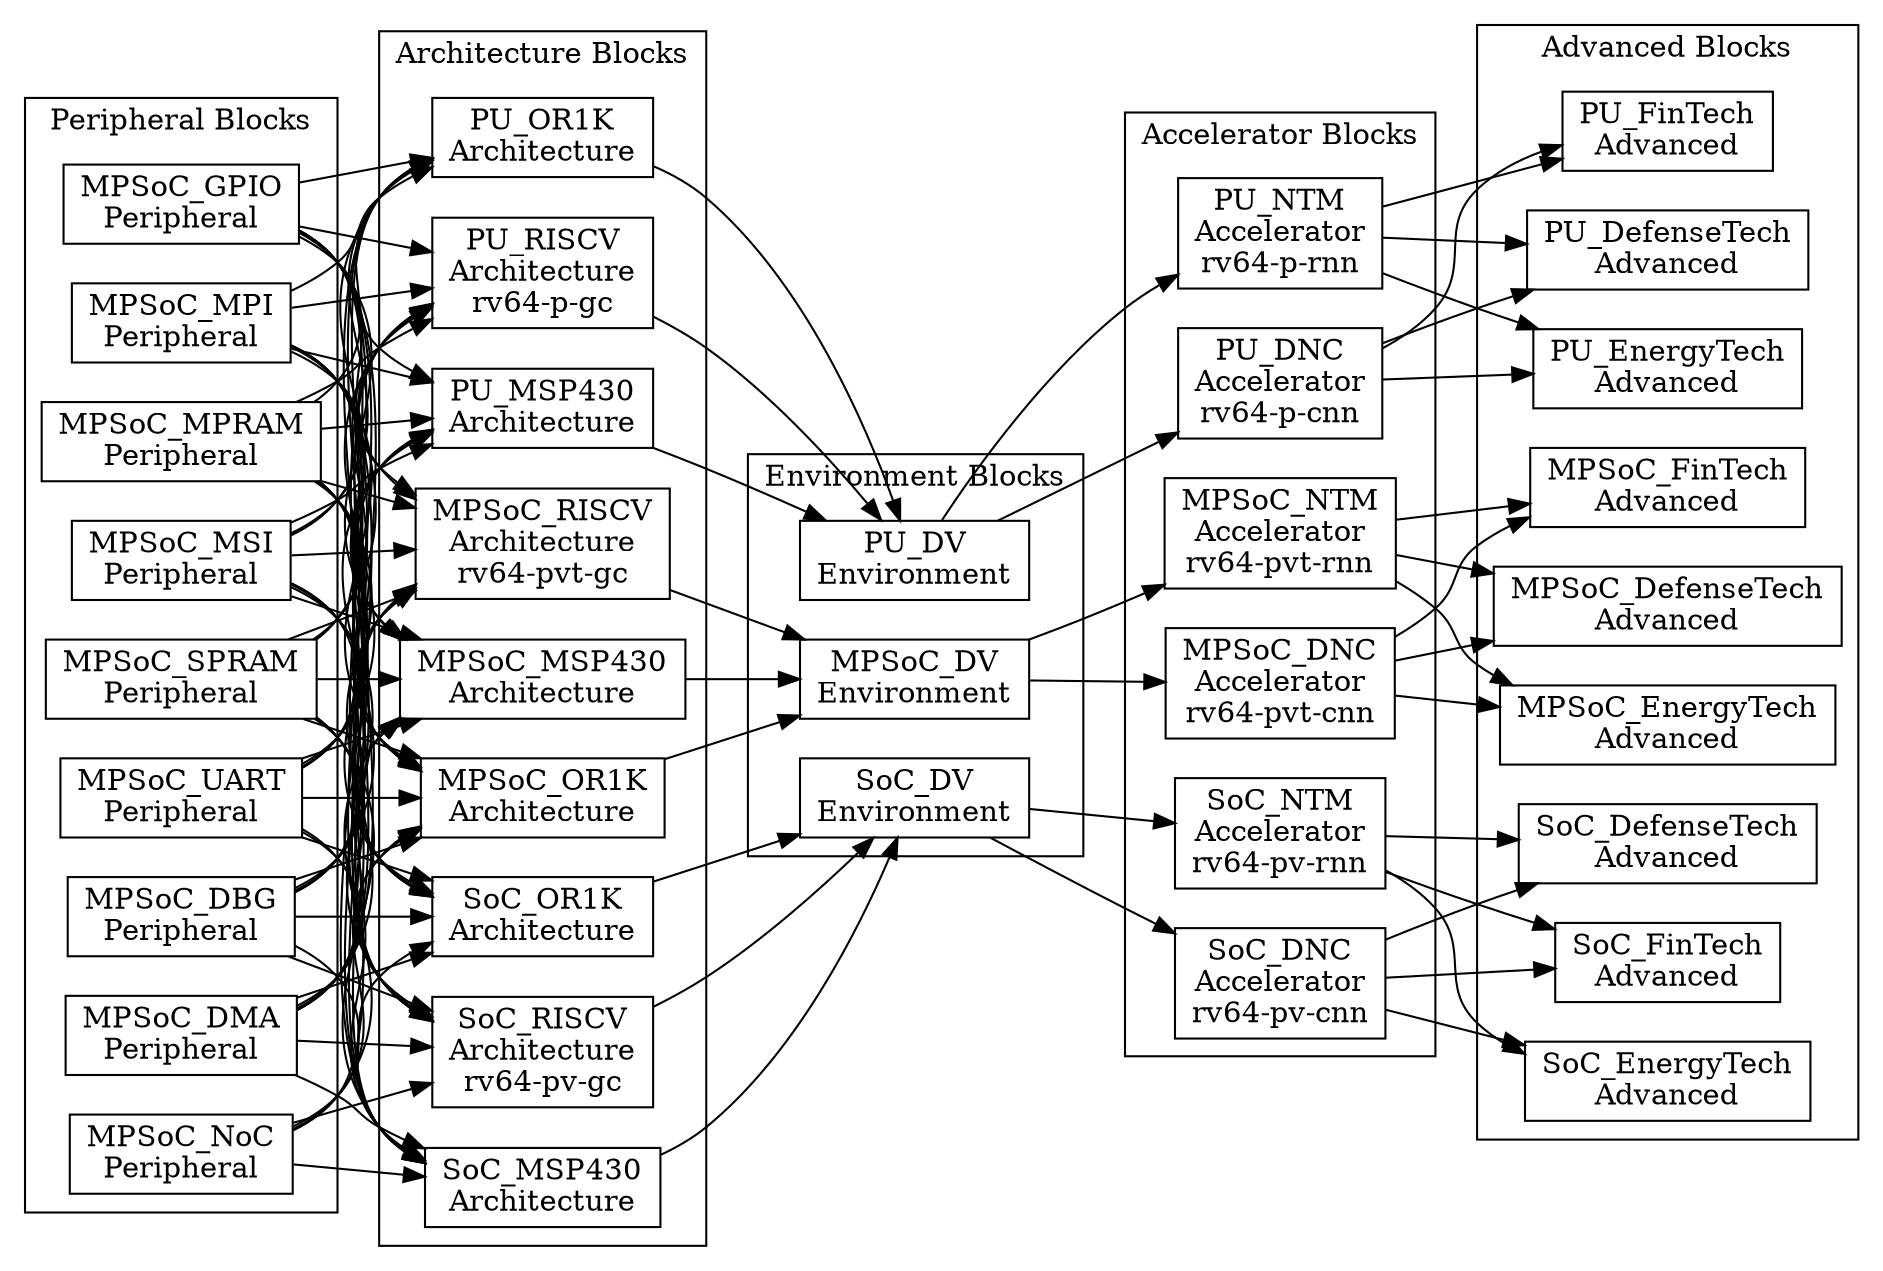
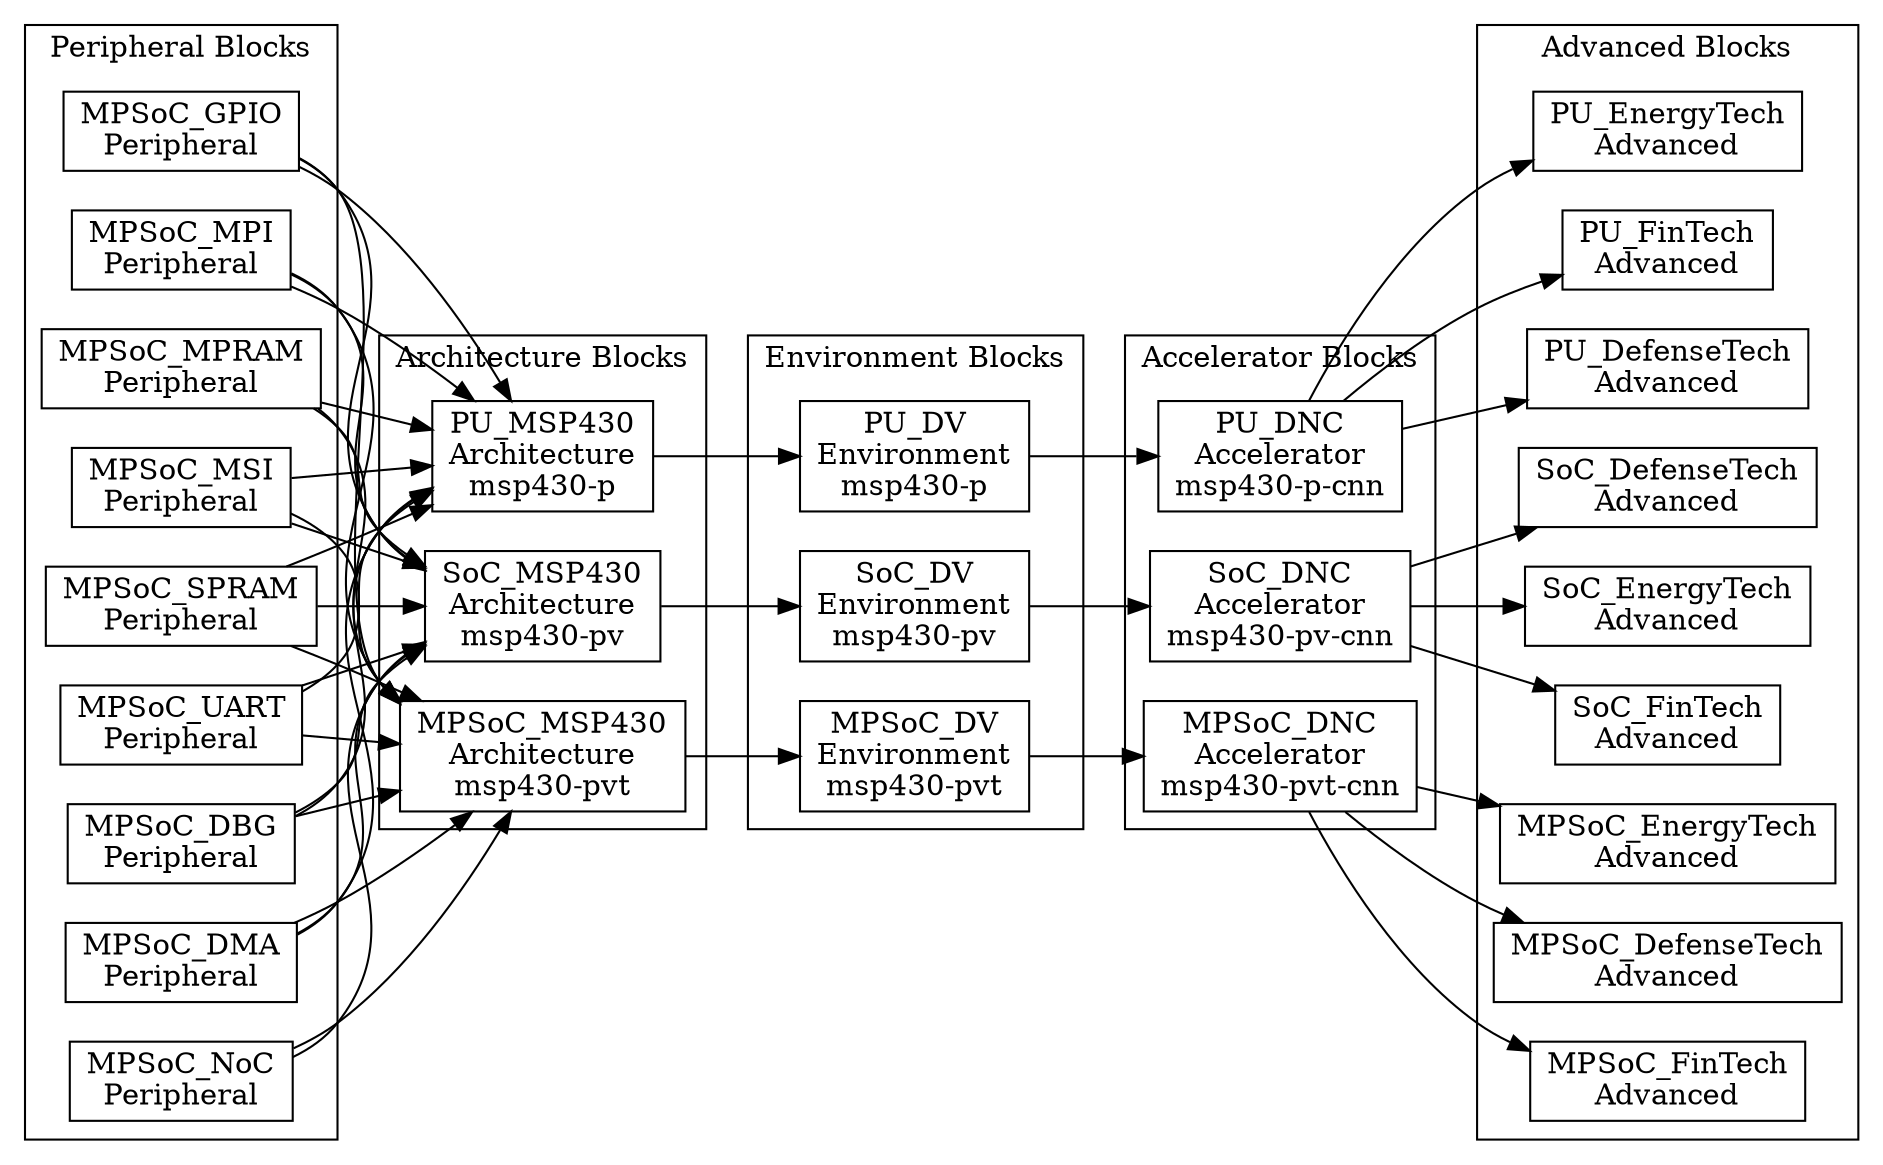
digraph Project {
  // Introduction
  graph [rankdir = LR];
  node[shape=record];

  // Peripheral Blocks
  subgraph "cluster PeripheralBlocks" { label = "Peripheral Blocks";
    MPSoC_DBG[label="MPSoC_DBG\nPeripheral"];
    MPSoC_DMA[label="MPSoC_DMA\nPeripheral"];
    MPSoC_GPIO[label="MPSoC_GPIO\nPeripheral"];
    MPSoC_MPI[label="MPSoC_MPI\nPeripheral"];
    MPSoC_MPRAM[label="MPSoC_MPRAM\nPeripheral"];
    MPSoC_MSI[label="MPSoC_MSI\nPeripheral"];
    MPSoC_NoC[label="MPSoC_NoC\nPeripheral"];
    MPSoC_SPRAM[label="MPSoC_SPRAM\nPeripheral"];
    MPSoC_UART[label="MPSoC_UART\nPeripheral"];
  }

  // Architecture Blocks
  subgraph "cluster ArchitectureBlocks" { label = "Architecture Blocks";
-     MPSoC_MSP430[label="MPSoC_MSP430\nArchitecture"];
-     MPSoC_OR1K[label="MPSoC_OR1K\nArchitecture"];
-     MPSoC_RISCV[label="MPSoC_RISCV\nArchitecture\nrv64-pvt-gc"];
-     SoC_MSP430[label="SoC_MSP430\nArchitecture"];
-     SoC_OR1K[label="SoC_OR1K\nArchitecture"];
-     SoC_RISCV[label="SoC_RISCV\nArchitecture\nrv64-pv-gc"];
-     PU_MSP430[label="PU_MSP430\nArchitecture"];
-     PU_OR1K[label="PU_OR1K\nArchitecture"];
-     PU_RISCV[label="PU_RISCV\nArchitecture\nrv64-p-gc"];
+     MPSoC_MSP430[label="MPSoC_MSP430\nArchitecture\nmsp430-pvt"];
+     SoC_MSP430[label="SoC_MSP430\nArchitecture\nmsp430-pv"];
+     PU_MSP430[label="PU_MSP430\nArchitecture\nmsp430-p"];
  }

  // Environment Blocks
  subgraph "cluster EnvironmentBlocks" { label = "Environment Blocks";
-     MPSoC_DV[label="MPSoC_DV\nEnvironment"];
-     SoC_DV[label="SoC_DV\nEnvironment"];
-     PU_DV[label="PU_DV\nEnvironment"];
+     MPSoC_DV[label="MPSoC_DV\nEnvironment\nmsp430-pvt"];
+     SoC_DV[label="SoC_DV\nEnvironment\nmsp430-pv"];
+     PU_DV[label="PU_DV\nEnvironment\nmsp430-p"];
  }

  // Accelerator Blocks
  subgraph "cluster AcceleratorBlocks" { label = "Accelerator Blocks";
-     MPSoC_NTM[label="MPSoC_NTM\nAccelerator\nrv64-pvt-rnn"];
-     SoC_NTM[label="SoC_NTM\nAccelerator\nrv64-pv-rnn"];
-     PU_NTM[label="PU_NTM\nAccelerator\nrv64-p-rnn"];
- 
-     MPSoC_DNC[label="MPSoC_DNC\nAccelerator\nrv64-pvt-cnn"];
-     SoC_DNC[label="SoC_DNC\nAccelerator\nrv64-pv-cnn"];
-     PU_DNC[label="PU_DNC\nAccelerator\nrv64-p-cnn"];
+     MPSoC_DNC[label="MPSoC_DNC\nAccelerator\nmsp430-pvt-cnn"];
+     SoC_DNC[label="SoC_DNC\nAccelerator\nmsp430-pv-cnn"];
+     PU_DNC[label="PU_DNC\nAccelerator\nmsp430-p-cnn"];
  }

  // Advanced Blocks
  subgraph "cluster AdvancedBlocks" { label = "Advanced Blocks";
    MPSoC_EnergyTech[label="MPSoC_EnergyTech\nAdvanced"];
    SoC_EnergyTech[label="SoC_EnergyTech\nAdvanced"];
    PU_EnergyTech[label="PU_EnergyTech\nAdvanced"];

    MPSoC_FinTech[label="MPSoC_FinTech\nAdvanced"];
    SoC_FinTech[label="SoC_FinTech\nAdvanced"];
    PU_FinTech[label="PU_FinTech\nAdvanced"];

    MPSoC_DefenseTech[label="MPSoC_DefenseTech\nAdvanced"];
    SoC_DefenseTech[label="SoC_DefenseTech\nAdvanced"];
    PU_DefenseTech[label="PU_DefenseTech\nAdvanced"];
  }

  // Peripheral -> Architecture
  MPSoC_DBG -> MPSoC_MSP430;
  MPSoC_DMA -> MPSoC_MSP430;
  MPSoC_GPIO -> MPSoC_MSP430;
  MPSoC_MPI -> MPSoC_MSP430;
  MPSoC_MPRAM -> MPSoC_MSP430;
  MPSoC_MSI -> MPSoC_MSP430;
  MPSoC_NoC -> MPSoC_MSP430;
  MPSoC_SPRAM -> MPSoC_MSP430;
  MPSoC_UART -> MPSoC_MSP430;

  MPSoC_DBG -> SoC_MSP430;
  MPSoC_DMA -> SoC_MSP430;
  MPSoC_GPIO -> SoC_MSP430;
  MPSoC_MPI -> SoC_MSP430;
  MPSoC_MPRAM -> SoC_MSP430;
  MPSoC_MSI -> SoC_MSP430;
  MPSoC_NoC -> SoC_MSP430;
  MPSoC_SPRAM -> SoC_MSP430;
  MPSoC_UART -> SoC_MSP430;

  MPSoC_DBG -> PU_MSP430;
  MPSoC_DMA -> PU_MSP430;
  MPSoC_GPIO -> PU_MSP430;
  MPSoC_MPI -> PU_MSP430;
  MPSoC_MPRAM -> PU_MSP430;
  MPSoC_MSI -> PU_MSP430;
  MPSoC_SPRAM -> PU_MSP430;
  MPSoC_UART -> PU_MSP430;

- 
-   MPSoC_DBG -> MPSoC_OR1K;
-   MPSoC_DMA -> MPSoC_OR1K;
-   MPSoC_GPIO -> MPSoC_OR1K;
-   MPSoC_MPI -> MPSoC_OR1K;
-   MPSoC_MPRAM -> MPSoC_OR1K;
-   MPSoC_MSI -> MPSoC_OR1K;
-   MPSoC_NoC -> MPSoC_OR1K;
-   MPSoC_SPRAM -> MPSoC_OR1K;
-   MPSoC_UART -> MPSoC_OR1K;
- 
-   MPSoC_DBG -> SoC_OR1K;
-   MPSoC_DMA -> SoC_OR1K;
-   MPSoC_GPIO -> SoC_OR1K;
-   MPSoC_MPI -> SoC_OR1K;
-   MPSoC_MPRAM -> SoC_OR1K;
-   MPSoC_MSI -> SoC_OR1K;
-   MPSoC_NoC -> SoC_OR1K;
-   MPSoC_SPRAM -> SoC_OR1K;
-   MPSoC_UART -> SoC_OR1K;
- 
-   MPSoC_DBG -> PU_OR1K;
-   MPSoC_DMA -> PU_OR1K;
-   MPSoC_GPIO -> PU_OR1K;
-   MPSoC_MPI -> PU_OR1K;
-   MPSoC_MPRAM -> PU_OR1K;
-   MPSoC_MSI -> PU_OR1K;
-   MPSoC_SPRAM -> PU_OR1K;
-   MPSoC_UART -> PU_OR1K;
- 
- 
-   MPSoC_DBG -> MPSoC_RISCV;
-   MPSoC_DMA -> MPSoC_RISCV;
-   MPSoC_GPIO -> MPSoC_RISCV;
-   MPSoC_MPI -> MPSoC_RISCV;
-   MPSoC_MPRAM -> MPSoC_RISCV;
-   MPSoC_MSI -> MPSoC_RISCV;
-   MPSoC_NoC -> MPSoC_RISCV;
-   MPSoC_SPRAM -> MPSoC_RISCV;
-   MPSoC_UART -> MPSoC_RISCV;
- 
-   MPSoC_DBG -> SoC_RISCV;
-   MPSoC_DMA -> SoC_RISCV;
-   MPSoC_GPIO -> SoC_RISCV;
-   MPSoC_MPI -> SoC_RISCV;
-   MPSoC_MPRAM -> SoC_RISCV;
-   MPSoC_MSI -> SoC_RISCV;
-   MPSoC_NoC -> SoC_RISCV;
-   MPSoC_SPRAM -> SoC_RISCV;
-   MPSoC_UART -> SoC_RISCV;
- 
-   MPSoC_DBG -> PU_RISCV;
-   MPSoC_DMA -> PU_RISCV;
-   MPSoC_GPIO -> PU_RISCV;
-   MPSoC_MPI -> PU_RISCV;
-   MPSoC_MPRAM -> PU_RISCV;
-   MPSoC_MSI -> PU_RISCV;
-   MPSoC_SPRAM -> PU_RISCV;
-   MPSoC_UART -> PU_RISCV;
- 
  // Architecture -> Environment
  PU_MSP430 -> PU_DV;
-   PU_OR1K -> PU_DV;
-   PU_RISCV -> PU_DV;

  SoC_MSP430 -> SoC_DV;
-   SoC_OR1K -> SoC_DV;
-   SoC_RISCV -> SoC_DV;

  MPSoC_MSP430 -> MPSoC_DV;
-   MPSoC_OR1K -> MPSoC_DV;
-   MPSoC_RISCV -> MPSoC_DV;

  // Environment -> Accelerator
-   PU_DV -> PU_NTM;
  PU_DV -> PU_DNC;

-   SoC_DV -> SoC_NTM;
  SoC_DV -> SoC_DNC;

-   MPSoC_DV -> MPSoC_NTM;
  MPSoC_DV -> MPSoC_DNC;

  // Accelerator -> Advanced
-   PU_NTM -> PU_EnergyTech;
  PU_DNC -> PU_EnergyTech;

-   SoC_NTM -> SoC_EnergyTech;
  SoC_DNC -> SoC_EnergyTech;

-   MPSoC_NTM -> MPSoC_EnergyTech;
  MPSoC_DNC -> MPSoC_EnergyTech;

- 
-   PU_NTM -> PU_FinTech;
  PU_DNC -> PU_FinTech;

-   SoC_NTM -> SoC_FinTech;
  SoC_DNC -> SoC_FinTech;

-   MPSoC_NTM -> MPSoC_FinTech;
  MPSoC_DNC -> MPSoC_FinTech;

- 
-   PU_NTM -> PU_DefenseTech;
  PU_DNC -> PU_DefenseTech;

-   SoC_NTM -> SoC_DefenseTech;
  SoC_DNC -> SoC_DefenseTech;

-   MPSoC_NTM -> MPSoC_DefenseTech;
  MPSoC_DNC -> MPSoC_DefenseTech;
}
